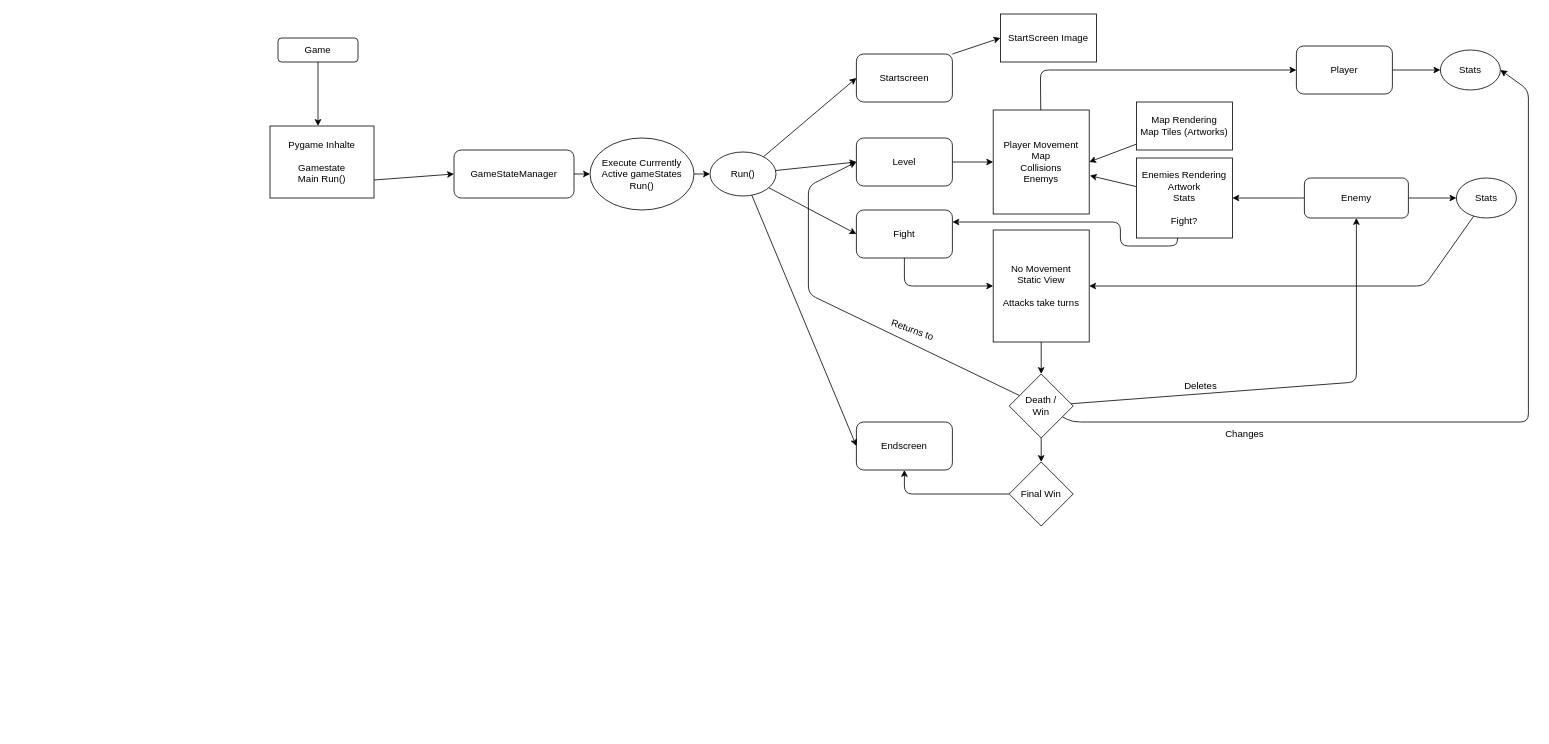
Above: Coding Plan V2.drawio in JonnyCash-1510/Blast-Adventures (draw.io), before the change. Source tidied: cells renumbered, new cells numbered last; positions are measured from the earlier drawing's top-left corner, leaving out a move shared by most shapes. Both pictures are drawn from the tidied source at 80%, with x=0, y=0 at pixel (270, 14).
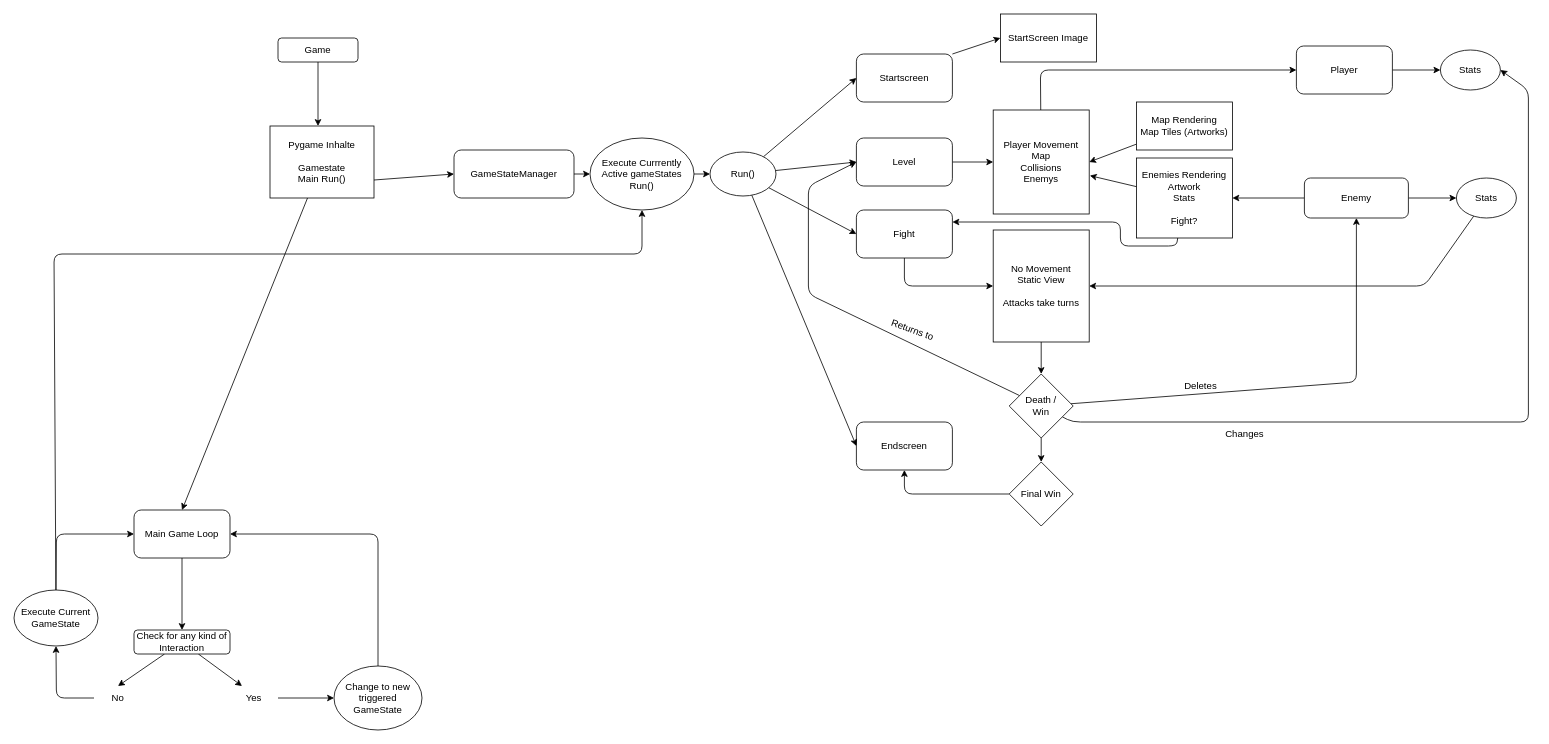
The same page after the edit.

Commit message (it also covers changes not shown here):
added fight detection

The change refers to these unchanged cells:
```xml
<mxCell id="5" value="Pygame Inhalte&lt;div&gt;&lt;br&gt;&lt;/div&gt;&lt;div&gt;Gamestate&lt;/div&gt;&lt;div&gt;Main Run()&lt;/div&gt;" style="rounded=0;whiteSpace=wrap;html=1;" parent="1" vertex="1">
  <mxGeometry y="140" width="130" height="90" as="geometry" />
</mxCell>
<mxCell id="7" value="Execute Currrently Active gameStates&lt;div&gt;Run()&lt;/div&gt;" style="ellipse;whiteSpace=wrap;html=1;" parent="1" vertex="1">
  <mxGeometry x="400" y="155" width="130" height="90" as="geometry" />
</mxCell>
```

What changed in the source:
```diff
@@
+    <mxCell id="50" style="edgeStyle=none;html=1;entryX=0.5;entryY=0;entryDx=0;entryDy=0;" parent="1" edge="1" source="5" target="52">
+      <mxGeometry relative="1" as="geometry" />
+    </mxCell>
@@
+    <mxCell id="51" style="edgeStyle=none;html=1;entryX=0.5;entryY=0;entryDx=0;entryDy=0;" parent="1" edge="1" source="52" target="55">
+      <mxGeometry relative="1" as="geometry" />
+    </mxCell>
+    <mxCell id="52" value="Main Game Loop" style="rounded=1;whiteSpace=wrap;html=1;" parent="1" vertex="1">
+      <mxGeometry x="-170" y="620" width="120" height="60" as="geometry" />
+    </mxCell>
+    <mxCell id="53" style="edgeStyle=none;html=1;entryX=0.25;entryY=0;entryDx=0;entryDy=0;" parent="1" edge="1" source="55" target="57">
+      <mxGeometry relative="1" as="geometry" />
+    </mxCell>
+    <mxCell id="54" style="edgeStyle=none;html=1;entryX=0.5;entryY=0;entryDx=0;entryDy=0;" parent="1" edge="1" source="55" target="59">
+      <mxGeometry relative="1" as="geometry" />
+    </mxCell>
+    <mxCell id="55" value="Check for any kind of Interaction" style="rounded=1;whiteSpace=wrap;html=1;" parent="1" vertex="1">
+      <mxGeometry x="-170" y="770" width="120" height="30" as="geometry" />
+    </mxCell>
+    <mxCell id="56" style="edgeStyle=none;html=1;" parent="1" edge="1" source="57" target="64">
+      <mxGeometry relative="1" as="geometry" />
+    </mxCell>
+    <mxCell id="57" value="Yes" style="text;html=1;align=center;verticalAlign=middle;whiteSpace=wrap;rounded=0;" parent="1" vertex="1">
+      <mxGeometry x="-50" y="840" width="60" height="30" as="geometry" />
+    </mxCell>
+    <mxCell id="58" style="edgeStyle=none;html=1;entryX=0.5;entryY=1;entryDx=0;entryDy=0;" parent="1" edge="1" source="59" target="62">
+      <mxGeometry relative="1" as="geometry">
+        <Array as="points">
+          <mxPoint x="-267" y="855" />
+        </Array>
+      </mxGeometry>
+    </mxCell>
+    <mxCell id="59" value="No" style="text;html=1;align=center;verticalAlign=middle;whiteSpace=wrap;rounded=0;" parent="1" vertex="1">
+      <mxGeometry x="-220" y="840" width="60" height="30" as="geometry" />
+    </mxCell>
+    <mxCell id="60" style="edgeStyle=none;html=1;entryX=0;entryY=0.5;entryDx=0;entryDy=0;" parent="1" edge="1" source="62" target="52">
+      <mxGeometry relative="1" as="geometry">
+        <Array as="points">
+          <mxPoint x="-267" y="650" />
+        </Array>
+      </mxGeometry>
+    </mxCell>
+    <mxCell id="61" style="edgeStyle=none;html=1;entryX=0.5;entryY=1;entryDx=0;entryDy=0;" parent="1" edge="1" source="62" target="7">
+      <mxGeometry relative="1" as="geometry">
+        <Array as="points">
+          <mxPoint x="-270" y="300" />
+          <mxPoint x="465" y="300" />
+        </Array>
+      </mxGeometry>
+    </mxCell>
+    <mxCell id="62" value="Execute Current GameState" style="ellipse;whiteSpace=wrap;html=1;" parent="1" vertex="1">
+      <mxGeometry x="-320" y="720" width="105" height="70" as="geometry" />
+    </mxCell>
+    <mxCell id="63" style="edgeStyle=none;html=1;entryX=1;entryY=0.5;entryDx=0;entryDy=0;" parent="1" edge="1" source="64" target="52">
+      <mxGeometry relative="1" as="geometry">
+        <Array as="points">
+          <mxPoint x="135" y="650" />
+        </Array>
+      </mxGeometry>
+    </mxCell>
+    <mxCell id="64" value="Change to new triggered GameState" style="ellipse;whiteSpace=wrap;html=1;" parent="1" vertex="1">
+      <mxGeometry x="80" y="815" width="110" height="80" as="geometry" />
+    </mxCell>
```
